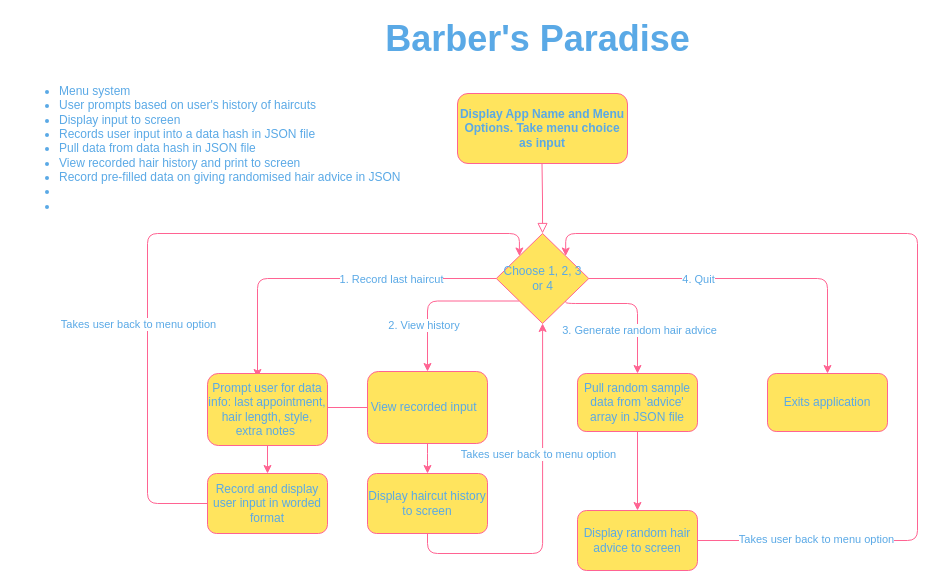
The draw.io diagram docs/diagram.drawio in karlatolentino/T1A3---Terminal-App, before the edit. Source tidied: cells renumbered, new cells numbered last; positions are measured from the earlier drawing's top-left corner, leaving out a move shared by most shapes. Both pictures are drawn from the tidied source at 100%, with x=0, y=0 at pixel (17, 23).
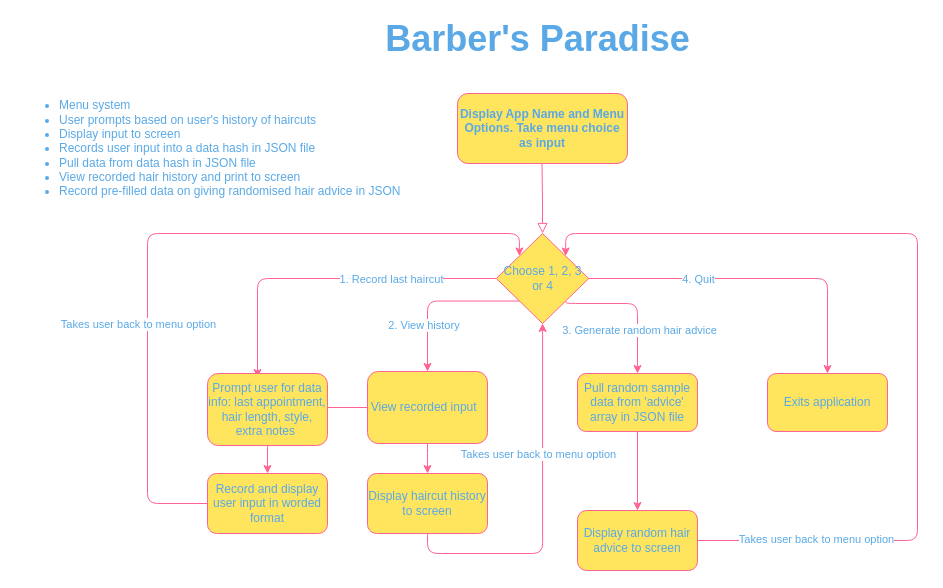
The same page after the edit.

Diff of the diagram source:
```diff
@@
-    <mxCell id="4" value="&lt;ul&gt;&lt;li&gt;Menu system&lt;/li&gt;&lt;li&gt;&lt;span&gt;User prompts based on user's history of haircuts&amp;nbsp;&lt;/span&gt;&lt;br&gt;&lt;/li&gt;&lt;li&gt;&lt;span&gt;Display input to screen&lt;/span&gt;&lt;/li&gt;&lt;li&gt;&lt;span&gt;Records user input into a data hash in JSON file&lt;/span&gt;&lt;/li&gt;&lt;li&gt;&lt;span&gt;Pull data from data hash in JSON file&lt;/span&gt;&lt;/li&gt;&lt;li&gt;&lt;span&gt;View recorded hair history and print to screen&lt;/span&gt;&lt;/li&gt;&lt;li&gt;Record pre-filled data on giving randomised hair advice in JSON&lt;/li&gt;&lt;li&gt;&lt;br&gt;&lt;/li&gt;&lt;li&gt;&lt;br&gt;&lt;/li&gt;&lt;/ul&gt;" style="text;html=1;align=left;verticalAlign=middle;fontColor=#5AA9E6;rotation=0;imageAspect=0;" parent="1" vertex="1">
-      <mxGeometry y="50" width="400" height="150" as="geometry" />
+    <mxCell id="4" value="&lt;ul&gt;&lt;li&gt;Menu system&lt;/li&gt;&lt;li&gt;&lt;span&gt;User prompts based on user's history of haircuts&amp;nbsp;&lt;/span&gt;&lt;br&gt;&lt;/li&gt;&lt;li&gt;&lt;span&gt;Display input to screen&lt;/span&gt;&lt;/li&gt;&lt;li&gt;&lt;span&gt;Records user input into a data hash in JSON file&lt;/span&gt;&lt;/li&gt;&lt;li&gt;&lt;span&gt;Pull data from data hash in JSON file&lt;/span&gt;&lt;/li&gt;&lt;li&gt;&lt;span&gt;View recorded hair history and print to screen&lt;/span&gt;&lt;/li&gt;&lt;li&gt;Record pre-filled data on giving randomised hair advice in JSON&lt;/li&gt;&lt;/ul&gt;" style="text;html=1;align=left;verticalAlign=middle;fontColor=#5AA9E6;rotation=0;imageAspect=0;" parent="1" vertex="1">
+      <mxGeometry y="65" width="400" height="120" as="geometry" />
     </mxCell>
```
